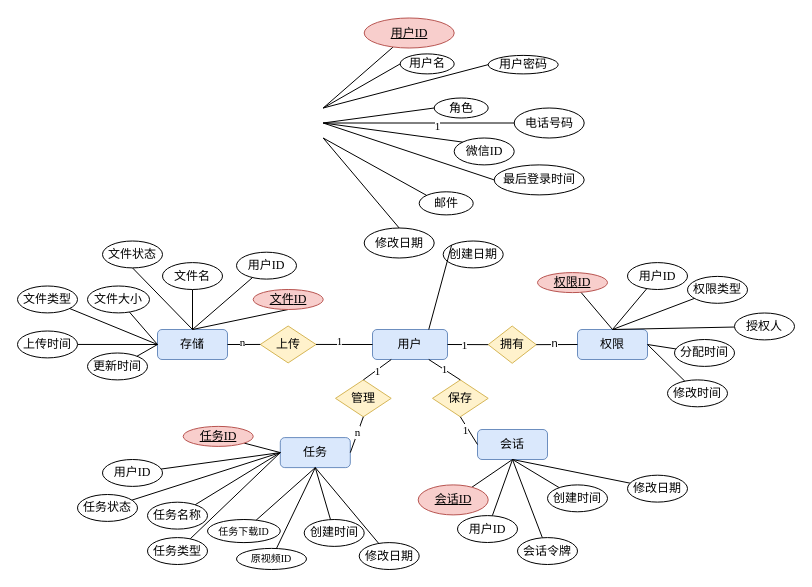
The draw.io diagram DrawIO_file/ER/用户表.drawio in DingDongZz/typera_PicGO, before the edit. Source tidied: cells renumbered, new cells numbered last; positions are measured from the earlier drawing's top-left corner, leaving out a move shared by most shapes. Both pictures are drawn from the tidied source at 100%, with x=0, y=0 at pixel (17, 17).
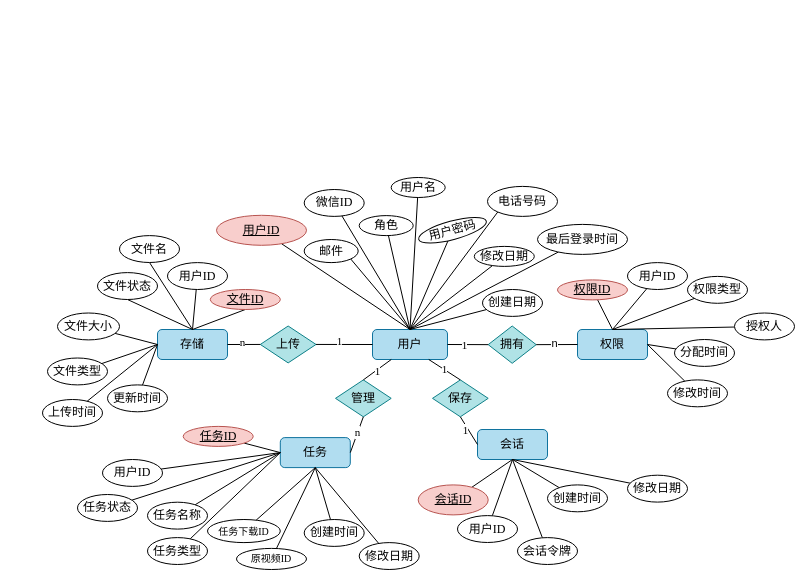
Above is the later version.

Commit message (it also covers changes not shown here):
更新用户表.drawio

Unchanged cells that the change refers to:
```xml
<mxCell id="88" style="rounded=0;jettySize=auto;html=1;entryX=1;entryY=0.5;entryDx=0;entryDy=0;endArrow=none;startFill=0;exitX=0;exitY=0.5;exitDx=0;exitDy=0;fontFamily=宋体;" parent="1" edge="1" source="87" target="16">
  <mxGeometry relative="1" as="geometry" />
</mxCell>
```

What changed in the source:
```diff
@@
-    <mxCell id="2" style="rounded=0;jettySize=auto;html=1;entryX=1;entryY=0;entryDx=0;entryDy=0;endArrow=none;startFill=0;fontFamily=宋体;" parent="1" edge="1" source="3">
-      <mxGeometry relative="1" as="geometry">
-        <mxPoint x="305.7" y="90.5" as="targetPoint" />
-      </mxGeometry>
-    </mxCell>
+    <mxCell id="103" style="edgeStyle=none;shape=connector;rounded=0;jettySize=auto;html=1;entryX=0.5;entryY=0;entryDx=0;entryDy=0;strokeColor=default;align=center;verticalAlign=middle;fontFamily=宋体;fontSize=11;fontColor=default;labelBackgroundColor=default;startFill=0;endArrow=none;" parent="1" edge="1" source="3" target="4">
+      <mxGeometry relative="1" as="geometry" />
+    </mxCell>
     <mxCell id="3" value="&lt;u&gt;用户&lt;font face=&quot;Times New Roman&quot;&gt;ID&lt;/font&gt;&lt;/u&gt;" style="ellipse;whiteSpace=wrap;html=1;fillColor=#f8cecc;strokeColor=#b85450;fontFamily=宋体;" parent="1" vertex="1">
-      <mxGeometry x="346.7" y="0.5" width="90" height="30" as="geometry" />
+      <mxGeometry x="199" y="197.8" width="90" height="30" as="geometry" />
     </mxCell>
-    <mxCell id="4" value="用户" style="rounded=1;whiteSpace=wrap;html=1;strokeColor=#6c8ebf;align=center;verticalAlign=middle;fontFamily=宋体;fontSize=12;fillColor=#dae8fc;" parent="1" vertex="1">
+    <mxCell id="4" value="用户" style="rounded=1;whiteSpace=wrap;html=1;strokeColor=#10739e;align=center;verticalAlign=middle;fontFamily=宋体;fontSize=12;fillColor=#b1ddf0;" parent="1" vertex="1">
       <mxGeometry x="355" y="312" width="75" height="30" as="geometry" />
     </mxCell>
+    <mxCell id="104" style="edgeStyle=none;shape=connector;rounded=0;jettySize=auto;html=1;entryX=0.5;entryY=0;entryDx=0;entryDy=0;strokeColor=default;align=center;verticalAlign=middle;fontFamily=宋体;fontSize=11;fontColor=default;labelBackgroundColor=default;startFill=0;endArrow=none;" parent="1" edge="1" source="5" target="4">
+      <mxGeometry relative="1" as="geometry" />
+    </mxCell>
     <mxCell id="5" value="用户名" style="ellipse;whiteSpace=wrap;html=1;fontFamily=宋体;" parent="1" vertex="1">
-      <mxGeometry x="382.7" y="36.4" width="54" height="20" as="geometry" />
+      <mxGeometry x="373.7" y="160" width="54" height="20" as="geometry" />
     </mxCell>
+    <mxCell id="105" style="edgeStyle=none;shape=connector;rounded=0;jettySize=auto;html=1;entryX=0.5;entryY=0;entryDx=0;entryDy=0;strokeColor=default;align=center;verticalAlign=middle;fontFamily=宋体;fontSize=11;fontColor=default;labelBackgroundColor=default;startFill=0;endArrow=none;" parent="1" edge="1" source="6" target="4">
+      <mxGeometry relative="1" as="geometry" />
+    </mxCell>
     <mxCell id="6" value="角色" style="ellipse;whiteSpace=wrap;html=1;fontFamily=宋体;" parent="1" vertex="1">
-      <mxGeometry x="416.7" y="80.5" width="54" height="20" as="geometry" />
+      <mxGeometry x="341.7" y="198.1" width="54" height="20" as="geometry" />
     </mxCell>
+    <mxCell id="106" style="edgeStyle=none;shape=connector;rounded=0;jettySize=auto;html=1;entryX=0.5;entryY=0;entryDx=0;entryDy=0;strokeColor=default;align=center;verticalAlign=middle;fontFamily=宋体;fontSize=11;fontColor=default;labelBackgroundColor=default;startFill=0;endArrow=none;exitX=1;exitY=1;exitDx=0;exitDy=0;" parent="1" edge="1" source="7" target="4">
+      <mxGeometry relative="1" as="geometry" />
+    </mxCell>
     <mxCell id="7" value="邮件" style="ellipse;whiteSpace=wrap;html=1;fontFamily=宋体;" parent="1" vertex="1">
-      <mxGeometry x="401.7" y="174.3" width="54" height="23.1" as="geometry" />
+      <mxGeometry x="286.7" y="222" width="54" height="23.1" as="geometry" />
     </mxCell>
+    <mxCell id="107" style="edgeStyle=none;shape=connector;rounded=0;jettySize=auto;html=1;entryX=0.5;entryY=0;entryDx=0;entryDy=0;strokeColor=default;align=center;verticalAlign=middle;fontFamily=宋体;fontSize=11;fontColor=default;labelBackgroundColor=default;startFill=0;endArrow=none;" parent="1" edge="1" source="8" target="4">
+      <mxGeometry relative="1" as="geometry" />
+    </mxCell>
     <mxCell id="8" value="微信&lt;font face=&quot;Times New Roman&quot;&gt;ID&lt;/font&gt;" style="ellipse;whiteSpace=wrap;html=1;strokeColor=default;align=center;verticalAlign=middle;fontFamily=宋体;fontSize=12;fontColor=default;fillColor=default;" parent="1" vertex="1">
-      <mxGeometry x="436.7" y="120.5" width="60" height="26.9" as="geometry" />
+      <mxGeometry x="286.7" y="172" width="60" height="26.9" as="geometry" />
     </mxCell>
+    <mxCell id="108" style="edgeStyle=none;shape=connector;rounded=0;jettySize=auto;html=1;entryX=0.5;entryY=0;entryDx=0;entryDy=0;strokeColor=default;align=center;verticalAlign=middle;fontFamily=宋体;fontSize=11;fontColor=default;labelBackgroundColor=default;startFill=0;endArrow=none;exitX=0;exitY=1;exitDx=0;exitDy=0;" parent="1" edge="1" source="9" target="4">
+      <mxGeometry relative="1" as="geometry" />
+    </mxCell>
     <mxCell id="9" value="电话号码" style="ellipse;whiteSpace=wrap;html=1;fontFamily=宋体;" parent="1" vertex="1">
-      <mxGeometry x="496.7" y="90.5" width="70" height="30" as="geometry" />
+      <mxGeometry x="470" y="168.9" width="70" height="30" as="geometry" />
     </mxCell>
+    <mxCell id="109" style="edgeStyle=none;shape=connector;rounded=0;jettySize=auto;html=1;entryX=0.5;entryY=0;entryDx=0;entryDy=0;strokeColor=default;align=center;verticalAlign=middle;fontFamily=宋体;fontSize=11;fontColor=default;labelBackgroundColor=default;startFill=0;endArrow=none;" parent="1" edge="1" source="10" target="4">
+      <mxGeometry relative="1" as="geometry" />
+    </mxCell>
-    <mxCell id="10" value="用户密码" style="ellipse;whiteSpace=wrap;html=1;fontFamily=宋体;" parent="1" vertex="1">
-      <mxGeometry x="470.7" y="37.9" width="70" height="18.5" as="geometry" />
+    <mxCell id="10" value="用户密码" style="ellipse;whiteSpace=wrap;html=1;fontFamily=宋体;rotation=-15;" parent="1" vertex="1">
+      <mxGeometry x="400" y="203.5" width="70" height="18.5" as="geometry" />
     </mxCell>
+    <mxCell id="110" style="edgeStyle=none;shape=connector;rounded=0;jettySize=auto;html=1;entryX=0.5;entryY=0;entryDx=0;entryDy=0;strokeColor=default;align=center;verticalAlign=middle;fontFamily=宋体;fontSize=11;fontColor=default;labelBackgroundColor=default;startFill=0;endArrow=none;" parent="1" edge="1" source="11" target="4">
+      <mxGeometry relative="1" as="geometry" />
+    </mxCell>
     <mxCell id="11" value="修改日期" style="ellipse;whiteSpace=wrap;html=1;fontFamily=宋体;" parent="1" vertex="1">
-      <mxGeometry x="346.7" y="210.5" width="70" height="30" as="geometry" />
+      <mxGeometry x="456.8" y="228.9" width="60" height="20" as="geometry" />
     </mxCell>
+    <mxCell id="29" style="edgeStyle=none;shape=connector;rounded=0;jettySize=auto;html=1;entryX=0.5;entryY=0;entryDx=0;entryDy=0;strokeColor=default;align=center;verticalAlign=middle;fontFamily=宋体;fontSize=11;fontColor=default;labelBackgroundColor=default;startFill=0;endArrow=none;" parent="1" edge="1" source="12" target="4">
+      <mxGeometry relative="1" as="geometry" />
+    </mxCell>
     <mxCell id="12" value="创建日期" style="ellipse;whiteSpace=wrap;html=1;fontFamily=宋体;" parent="1" vertex="1">
-      <mxGeometry x="425.7" y="223.5" width="60" height="26.9" as="geometry" />
+      <mxGeometry x="465" y="272" width="60" height="26.9" as="geometry" />
     </mxCell>
+    <mxCell id="111" style="edgeStyle=none;shape=connector;rounded=0;jettySize=auto;html=1;entryX=0.5;entryY=0;entryDx=0;entryDy=0;strokeColor=default;align=center;verticalAlign=middle;fontFamily=宋体;fontSize=11;fontColor=default;labelBackgroundColor=default;startFill=0;endArrow=none;" parent="1" edge="1" source="13" target="4">
+      <mxGeometry relative="1" as="geometry" />
+    </mxCell>
     <mxCell id="13" value="最后登录时间" style="ellipse;whiteSpace=wrap;html=1;fontFamily=宋体;" parent="1" vertex="1">
-      <mxGeometry x="476.7" y="147.4" width="90" height="30" as="geometry" />
+      <mxGeometry x="520" y="206.9" width="90" height="30" as="geometry" />
     </mxCell>
-    <mxCell id="14" value="任务" style="rounded=1;whiteSpace=wrap;html=1;strokeColor=#6c8ebf;align=center;verticalAlign=middle;fontFamily=宋体;fontSize=12;fillColor=#dae8fc;" parent="1" vertex="1">
+    <mxCell id="14" value="任务" style="rounded=1;whiteSpace=wrap;html=1;strokeColor=#10739e;align=center;verticalAlign=middle;fontFamily=宋体;fontSize=12;fillColor=#b1ddf0;" parent="1" vertex="1">
       <mxGeometry x="262.8" y="420.1" width="70" height="30" as="geometry" />
     </mxCell>
-    <mxCell id="15" value="存储" style="rounded=1;whiteSpace=wrap;html=1;fillColor=#dae8fc;strokeColor=#6c8ebf;fontFamily=宋体;" parent="1" vertex="1">
+    <mxCell id="15" value="存储" style="rounded=1;whiteSpace=wrap;html=1;fillColor=#b1ddf0;strokeColor=#10739e;fontFamily=宋体;" parent="1" vertex="1">
       <mxGeometry x="140" y="312" width="70" height="30" as="geometry" />
     </mxCell>
-    <mxCell id="16" value="拥有" style="rhombus;whiteSpace=wrap;html=1;horizontal=1;rotation=0;fillColor=#fff2cc;strokeColor=#d6b656;fontFamily=宋体;flipV=1;flipH=1;" parent="1" vertex="1">
+    <mxCell id="16" value="拥有" style="rhombus;whiteSpace=wrap;html=1;horizontal=1;rotation=0;fillColor=#b0e3e6;strokeColor=#0e8088;fontFamily=宋体;flipV=1;flipH=1;" parent="1" vertex="1">
       <mxGeometry x="470.7" y="308.5" width="48" height="37.3" as="geometry" />
     </mxCell>
-    <mxCell id="17" value="上传" style="rhombus;whiteSpace=wrap;html=1;fillColor=#fff2cc;strokeColor=#d6b656;fontFamily=宋体;" parent="1" vertex="1">
+    <mxCell id="17" value="上传" style="rhombus;whiteSpace=wrap;html=1;fillColor=#b0e3e6;strokeColor=#0e8088;fontFamily=宋体;" parent="1" vertex="1">
       <mxGeometry x="242.8" y="308.5" width="55.7" height="36.9" as="geometry" />
     </mxCell>
-    <mxCell id="18" value="管理" style="rhombus;whiteSpace=wrap;html=1;horizontal=1;rotation=0;fillColor=#fff2cc;strokeColor=#d6b656;fontFamily=宋体;" parent="1" vertex="1">
+    <mxCell id="18" value="管理" style="rhombus;whiteSpace=wrap;html=1;horizontal=1;rotation=0;fillColor=#b0e3e6;strokeColor=#0e8088;fontFamily=宋体;" parent="1" vertex="1">
       <mxGeometry x="318" y="362.4" width="55.7" height="36.9" as="geometry" />
     </mxCell>
-    <mxCell id="19" value="会话" style="rounded=1;whiteSpace=wrap;html=1;strokeColor=#6c8ebf;align=center;verticalAlign=middle;fontFamily=宋体;fontSize=12;fillColor=#dae8fc;" parent="1" vertex="1">
+    <mxCell id="19" value="会话" style="rounded=1;whiteSpace=wrap;html=1;strokeColor=#10739e;align=center;verticalAlign=middle;fontFamily=宋体;fontSize=12;fillColor=#b1ddf0;" parent="1" vertex="1">
       <mxGeometry x="460" y="412" width="70" height="30" as="geometry" />
     </mxCell>
-    <mxCell id="20" value="保存" style="rhombus;whiteSpace=wrap;html=1;horizontal=1;rotation=0;fillColor=#fff2cc;strokeColor=#d6b656;fontFamily=宋体;" parent="1" vertex="1">
+    <mxCell id="20" value="保存" style="rhombus;whiteSpace=wrap;html=1;horizontal=1;rotation=0;fillColor=#b0e3e6;strokeColor=#0e8088;fontFamily=宋体;" parent="1" vertex="1">
       <mxGeometry x="415" y="362.4" width="55.7" height="36.9" as="geometry" />
     </mxCell>
-    <mxCell id="21" style="rounded=0;jettySize=auto;html=1;entryX=1;entryY=1;entryDx=0;entryDy=0;endArrow=none;startFill=0;exitX=0;exitY=0;exitDx=0;exitDy=0;fontFamily=宋体;" parent="1" edge="1" source="7">
-      <mxGeometry relative="1" as="geometry">
-        <mxPoint x="305.7" y="120.5" as="targetPoint" />
-      </mxGeometry>
-    </mxCell>
-    <mxCell id="22" style="rounded=0;jettySize=auto;html=1;entryX=1;entryY=0.5;entryDx=0;entryDy=0;endArrow=none;startFill=0;exitX=0;exitY=0.5;exitDx=0;exitDy=0;fontFamily=宋体;" parent="1" edge="1" source="13">
-      <mxGeometry relative="1" as="geometry">
-        <mxPoint x="305.7" y="105.5" as="targetPoint" />
-      </mxGeometry>
-    </mxCell>
-    <mxCell id="23" style="rounded=0;jettySize=auto;html=1;entryX=1;entryY=0.5;entryDx=0;entryDy=0;endArrow=none;startFill=0;exitX=0;exitY=0;exitDx=0;exitDy=0;fontFamily=宋体;" parent="1" edge="1" source="8">
-      <mxGeometry relative="1" as="geometry">
-        <mxPoint x="305.7" y="105.5" as="targetPoint" />
-      </mxGeometry>
-    </mxCell>
-    <mxCell id="24" style="rounded=0;jettySize=auto;html=1;entryX=1;entryY=0.5;entryDx=0;entryDy=0;endArrow=none;startFill=0;exitX=0;exitY=0.5;exitDx=0;exitDy=0;fontFamily=宋体;" parent="1" edge="1" source="9">
-      <mxGeometry relative="1" as="geometry">
-        <mxPoint x="305.7" y="105.5" as="targetPoint" />
-      </mxGeometry>
-    </mxCell>
-    <mxCell id="25" style="rounded=0;jettySize=auto;html=1;entryX=1;entryY=0.5;entryDx=0;entryDy=0;endArrow=none;startFill=0;exitX=0;exitY=0.5;exitDx=0;exitDy=0;fontFamily=宋体;" parent="1" edge="1" source="6">
-      <mxGeometry relative="1" as="geometry">
-        <mxPoint x="305.7" y="105.5" as="targetPoint" />
-      </mxGeometry>
-    </mxCell>
-    <mxCell id="26" style="rounded=0;jettySize=auto;html=1;entryX=1;entryY=0;entryDx=0;entryDy=0;endArrow=none;startFill=0;exitX=0;exitY=0.5;exitDx=0;exitDy=0;fontFamily=宋体;" parent="1" edge="1" source="10">
-      <mxGeometry relative="1" as="geometry">
-        <mxPoint x="305.7" y="90.5" as="targetPoint" />
-      </mxGeometry>
-    </mxCell>
-    <mxCell id="27" style="rounded=0;jettySize=auto;html=1;entryX=1;entryY=0;entryDx=0;entryDy=0;endArrow=none;startFill=0;exitX=0;exitY=0.5;exitDx=0;exitDy=0;fontFamily=宋体;" parent="1" edge="1" source="5">
-      <mxGeometry relative="1" as="geometry">
-        <mxPoint x="305.7" y="90.5" as="targetPoint" />
-      </mxGeometry>
-    </mxCell>
-    <mxCell id="28" style="rounded=0;jettySize=auto;html=1;entryX=1;entryY=1;entryDx=0;entryDy=0;endArrow=none;startFill=0;exitX=0.5;exitY=0;exitDx=0;exitDy=0;fontFamily=宋体;" parent="1" edge="1" source="11">
-      <mxGeometry relative="1" as="geometry">
-        <mxPoint x="305.7" y="120.5" as="targetPoint" />
-      </mxGeometry>
-    </mxCell>
-    <mxCell id="29" style="rounded=0;jettySize=auto;html=1;entryX=0.75;entryY=0;entryDx=0;entryDy=0;endArrow=none;startFill=0;exitX=0;exitY=0;exitDx=0;exitDy=0;fontFamily=宋体;" parent="1" edge="1" source="12" target="4">
-      <mxGeometry relative="1" as="geometry" />
-    </mxCell>
@@
     <mxCell id="72" value="文件&lt;font face=&quot;Times New Roman&quot;&gt;ID&lt;/font&gt;" style="ellipse;whiteSpace=wrap;html=1;fontStyle=4;fillColor=#f8cecc;strokeColor=#b85450;fontFamily=宋体;" parent="1" vertex="1">
-      <mxGeometry x="235.7" y="272" width="70" height="20" as="geometry" />
+      <mxGeometry x="192.8" y="272" width="70" height="20" as="geometry" />
     </mxCell>
@@
     <mxCell id="74" value="用户&lt;font face=&quot;Times New Roman&quot;&gt;ID&lt;/font&gt;" style="ellipse;whiteSpace=wrap;html=1;fontFamily=宋体;" parent="1" vertex="1">
-      <mxGeometry x="219" y="234.7" width="60" height="26.9" as="geometry" />
+      <mxGeometry x="150" y="245.1" width="60" height="26.9" as="geometry" />
     </mxCell>
@@
     <mxCell id="76" value="文件名" style="ellipse;whiteSpace=wrap;html=1;fontFamily=宋体;" parent="1" vertex="1">
-      <mxGeometry x="145" y="245.1" width="60" height="26.9" as="geometry" />
+      <mxGeometry x="102" y="218.1" width="60" height="26.9" as="geometry" />
     </mxCell>
@@
     <mxCell id="78" value="文件状态" style="ellipse;whiteSpace=wrap;html=1;fontFamily=宋体;" parent="1" vertex="1">
-      <mxGeometry x="85" y="223.5" width="60" height="26.9" as="geometry" />
+      <mxGeometry x="80" y="255.1" width="60" height="26.9" as="geometry" />
     </mxCell>
@@
     <mxCell id="80" value="文件类型" style="ellipse;whiteSpace=wrap;html=1;fontFamily=宋体;" parent="1" vertex="1">
-      <mxGeometry y="268.5" width="60" height="26.9" as="geometry" />
+      <mxGeometry x="30" y="340.5" width="60" height="26.9" as="geometry" />
     </mxCell>
@@
     <mxCell id="82" value="文件大小" style="ellipse;whiteSpace=wrap;html=1;fontFamily=宋体;" parent="1" vertex="1">
-      <mxGeometry x="70" y="268.5" width="62" height="26.9" as="geometry" />
+      <mxGeometry x="40" y="295.5" width="62" height="26.9" as="geometry" />
     </mxCell>
@@
     <mxCell id="84" value="更新时间" style="ellipse;whiteSpace=wrap;html=1;fontFamily=宋体;" parent="1" vertex="1">
-      <mxGeometry x="70" y="335.5" width="60" height="26.9" as="geometry" />
+      <mxGeometry x="90" y="367.4" width="60" height="26.9" as="geometry" />
     </mxCell>
@@
     <mxCell id="86" value="上传时间" style="ellipse;whiteSpace=wrap;html=1;fontFamily=宋体;" parent="1" vertex="1">
-      <mxGeometry y="313.5" width="60" height="26.9" as="geometry" />
+      <mxGeometry x="25" y="382" width="60" height="26.9" as="geometry" />
     </mxCell>
-    <mxCell id="87" value="权限" style="rounded=1;whiteSpace=wrap;html=1;strokeColor=#6c8ebf;align=center;verticalAlign=middle;fontFamily=宋体;fontSize=12;fillColor=#dae8fc;" parent="1" vertex="1">
+    <mxCell id="87" value="权限" style="rounded=1;whiteSpace=wrap;html=1;strokeColor=#10739e;align=center;verticalAlign=middle;fontFamily=宋体;fontSize=12;fillColor=#b1ddf0;" parent="1" vertex="1">
       <mxGeometry x="560" y="312" width="70" height="30" as="geometry" />
     </mxCell>
@@
-    <mxCell id="89" value="1" style="edgeLabel;html=1;align=center;verticalAlign=middle;fontFamily=Times New Roman;fontSize=11;fontColor=default;labelBackgroundColor=default;" parent="88" vertex="1">
-      <mxGeometry x="-0.23" y="-1" relative="1" as="geometry">
-        <mxPoint x="-124" y="-218" as="offset" />
-      </mxGeometry>
-    </mxCell>
@@
     <mxCell id="92" value="权限&lt;font face=&quot;Times New Roman&quot;&gt;ID&lt;/font&gt;" style="ellipse;whiteSpace=wrap;html=1;fontStyle=4;fillColor=#f8cecc;strokeColor=#b85450;fontFamily=宋体;" parent="1" vertex="1">
-      <mxGeometry x="520" y="255.1" width="70" height="20" as="geometry" />
+      <mxGeometry x="540" y="262.4" width="70" height="20" as="geometry" />
     </mxCell>
```
